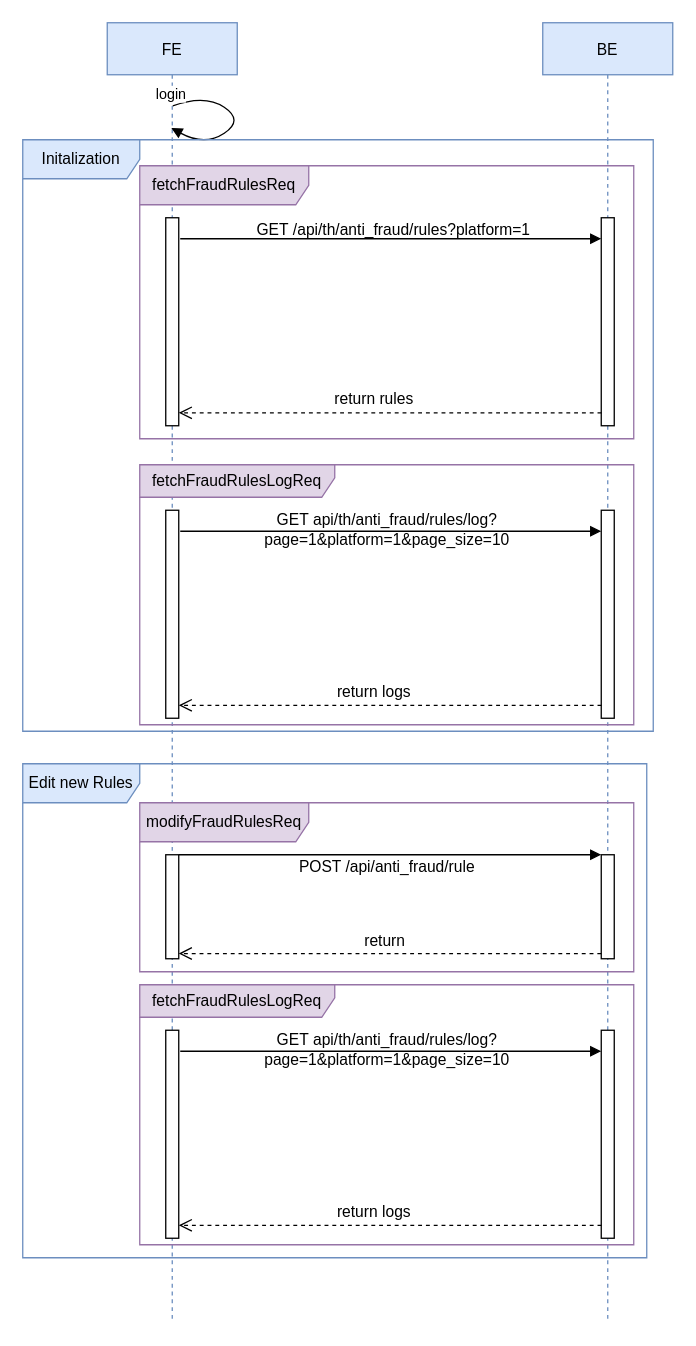
Before: page "Fraud limit" (6 of 6) of Admin/admin.drawio in junhong2021/Hotel-, a draw.io diagram. Source tidied: cells renumbered, new cells numbered last; positions are measured from the earlier drawing's top-left corner, leaving out a move shared by most shapes. Both pictures are drawn from the tidied source at 130%, with x=0, y=0 at pixel (22, 22).
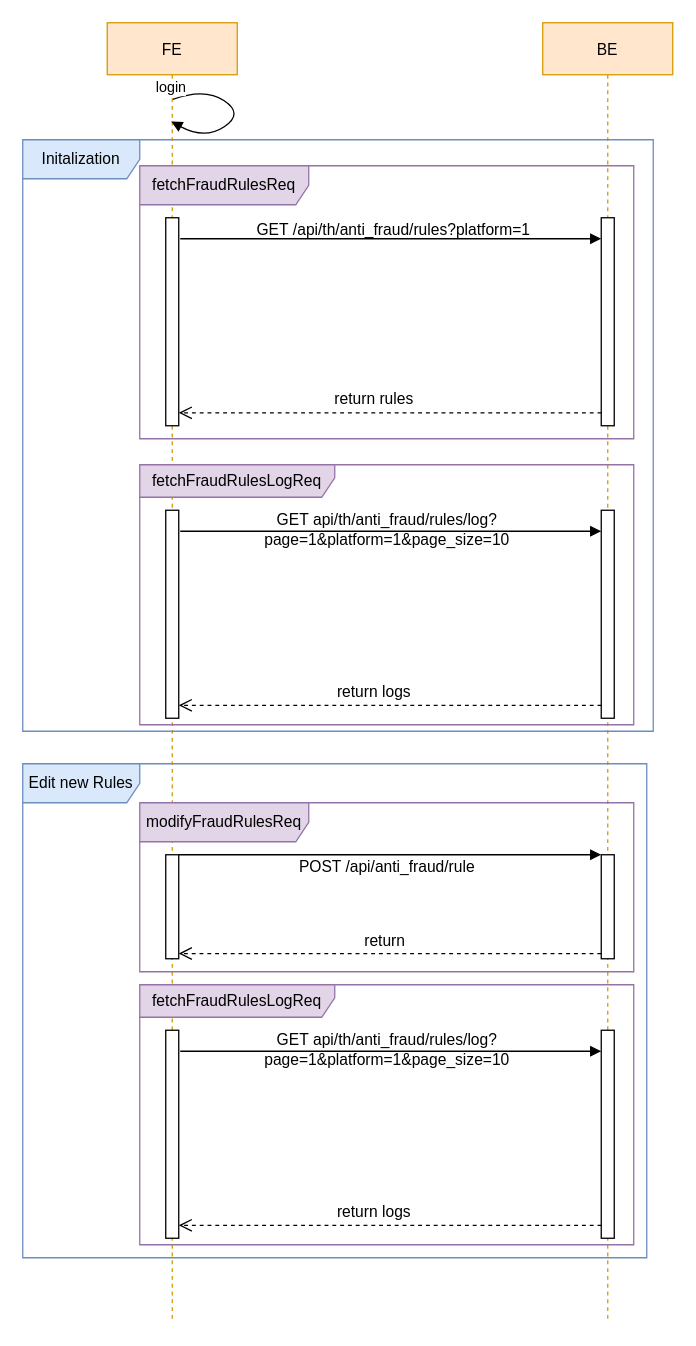
The same page after the edit.

Change to the diagram source:
```diff
@@
-<mxGraphModel>
+<mxGraphModel background="#ffffff">
@@
-    <mxCell id="2" value="FE" style="shape=umlLifeline;perimeter=lifelinePerimeter;rounded=0;shadow=0;strokeWidth=1;fillColor=#dae8fc;strokeColor=#6c8ebf;" parent="1" vertex="1">
+    <mxCell id="2" value="FE" style="shape=umlLifeline;perimeter=lifelinePerimeter;rounded=0;shadow=0;strokeWidth=1;fillColor=#ffe6cc;strokeColor=#d79b00;" parent="1" vertex="1">
       <mxGeometry x="65" width="100" height="1000" as="geometry" />
     </mxCell>
-    <mxCell id="3" value="BE" style="shape=umlLifeline;perimeter=lifelinePerimeter;rounded=0;shadow=0;strokeWidth=1;fillColor=#dae8fc;strokeColor=#6c8ebf;" parent="1" vertex="1">
+    <mxCell id="3" value="BE" style="shape=umlLifeline;perimeter=lifelinePerimeter;rounded=0;shadow=0;strokeWidth=1;fillColor=#ffe6cc;strokeColor=#d79b00;" parent="1" vertex="1">
       <mxGeometry x="400" width="100" height="1000" as="geometry" />
     </mxCell>
@@
     <mxCell id="17" value="login" style="html=1;verticalAlign=bottom;endArrow=block;curved=1;entryX=0.493;entryY=0.152;entryDx=0;entryDy=0;entryPerimeter=0;exitX=0.504;exitY=0.118;exitDx=0;exitDy=0;exitPerimeter=0;" parent="1" edge="1">
       <mxGeometry x="-1" y="1" relative="1" as="geometry">
-        <mxPoint x="115.4" y="64" as="sourcePoint" />
-        <mxPoint x="114.3" y="81" as="targetPoint" />
+        <mxPoint x="115.4" y="59" as="sourcePoint" />
+        <mxPoint x="114.3" y="76" as="targetPoint" />
         <Array as="points">
-          <mxPoint x="140" y="55" />
-          <mxPoint x="170" y="75" />
-          <mxPoint x="140" y="95" />
+          <mxPoint x="140" y="50" />
+          <mxPoint x="170" y="70" />
+          <mxPoint x="140" y="90" />
         </Array>
         <mxPoint x="-1" y="1" as="offset" />
       </mxGeometry>
     </mxCell>
```
